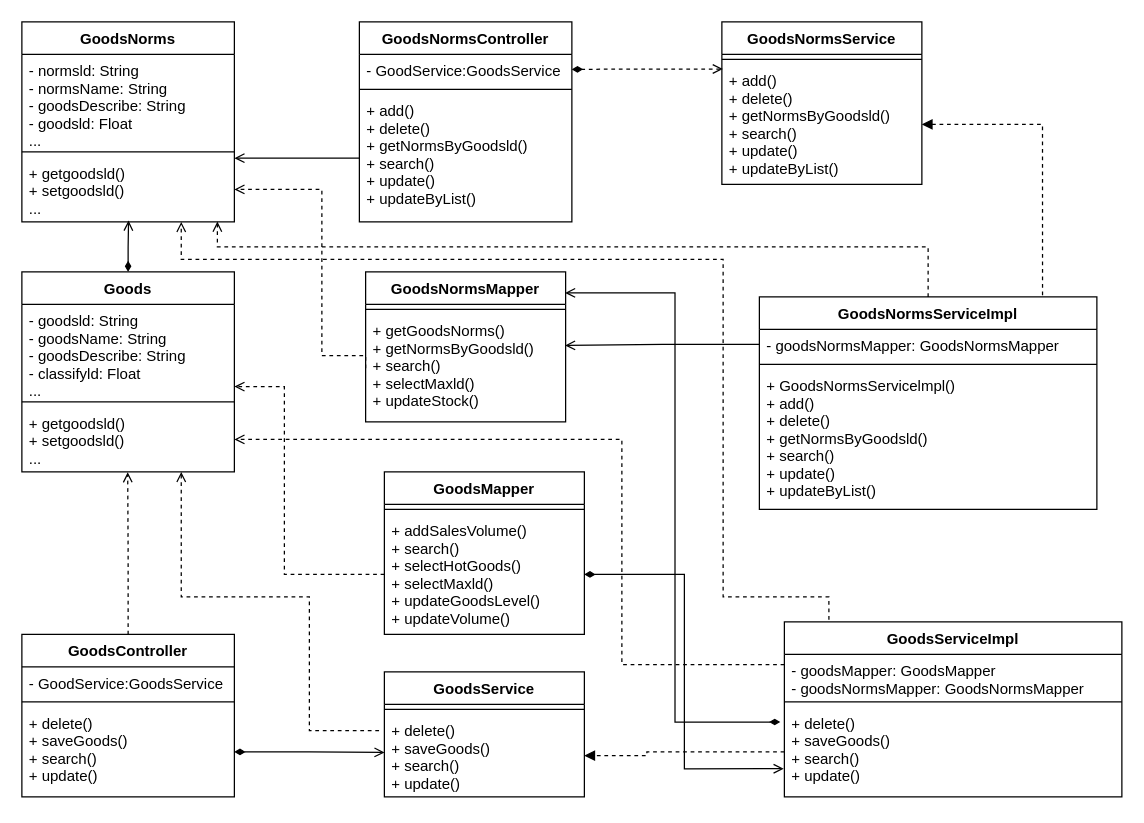
Above: page "商品管理" (14 of 25) of Untitled Diagram.drawio in hongkingking/hkk (draw.io), before the change. Source tidied: cells renumbered, new cells numbered last; positions are measured from the earlier drawing's top-left corner, leaving out a move shared by most shapes. Both pictures are drawn from the tidied source at 125%, with x=0, y=0 at pixel (21, 21).
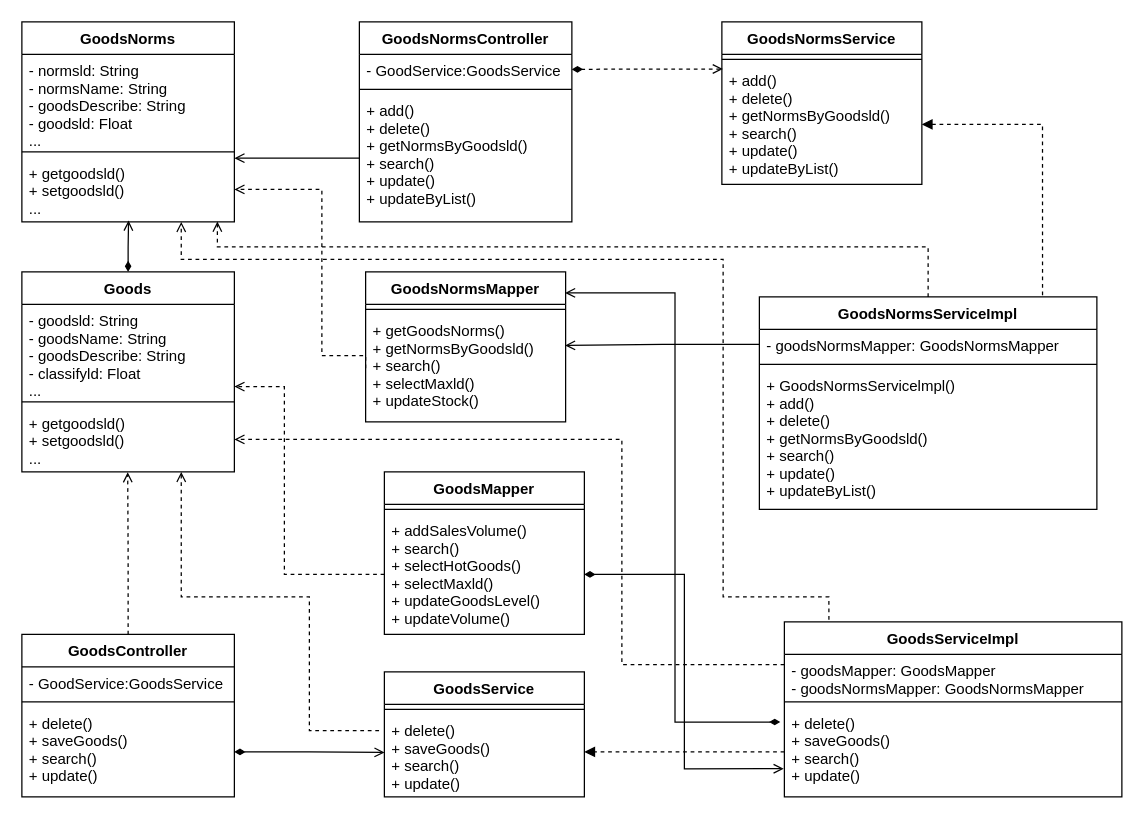
The same diagram, later.

The change refers to these unchanged cells:
```xml
<mxCell id="9" value="+ delete()&#10;+ saveGoods()&#10;+ search()&#10;+ update()" style="text;strokeColor=none;fillColor=none;align=left;verticalAlign=top;spacingLeft=4;spacingRight=4;overflow=hidden;points=[[0,0.5],[1,0.5]];portConstraint=eastwest;" parent="7" vertex="1">
  <mxGeometry y="34" width="160" height="66" as="geometry" />
</mxCell>
<mxCell id="41" value="+ delete()&#10;+ saveGoods()&#10;+ search()&#10;+ update()" style="text;strokeColor=none;fillColor=none;align=left;verticalAlign=top;spacingLeft=4;spacingRight=4;overflow=hidden;points=[[0,0.5],[1,0.5]];portConstraint=eastwest;" parent="38" vertex="1">
  <mxGeometry y="68" width="270" height="72" as="geometry" />
</mxCell>
```

The edit, as a diff of the source:
```diff
@@
-    <mxCell id="44" style="edgeStyle=orthogonalEdgeStyle;rounded=0;jettySize=auto;html=1;startArrow=none;startFill=0;endArrow=block;endFill=1;entryX=1;entryY=0.5;entryDx=0;entryDy=0;dashed=1;exitX=0;exitY=0.5;exitDx=0;exitDy=0;" parent="1" edge="1" source="41" target="9">
+    <mxCell id="44" style="edgeStyle=orthogonalEdgeStyle;rounded=0;jettySize=auto;html=1;startArrow=none;startFill=0;endArrow=block;endFill=1;dashed=1;exitX=0;exitY=0.5;exitDx=0;exitDy=0;" parent="1" edge="1" source="41">
       <mxGeometry relative="1" as="geometry">
+        <mxPoint x="450" y="584" as="targetPoint" />
         <Array as="points">
-          <mxPoint x="500" y="584" />
-          <mxPoint x="500" y="587" />
+          <mxPoint x="490" y="584" />
+          <mxPoint x="490" y="584" />
         </Array>
       </mxGeometry>
     </mxCell>
```
